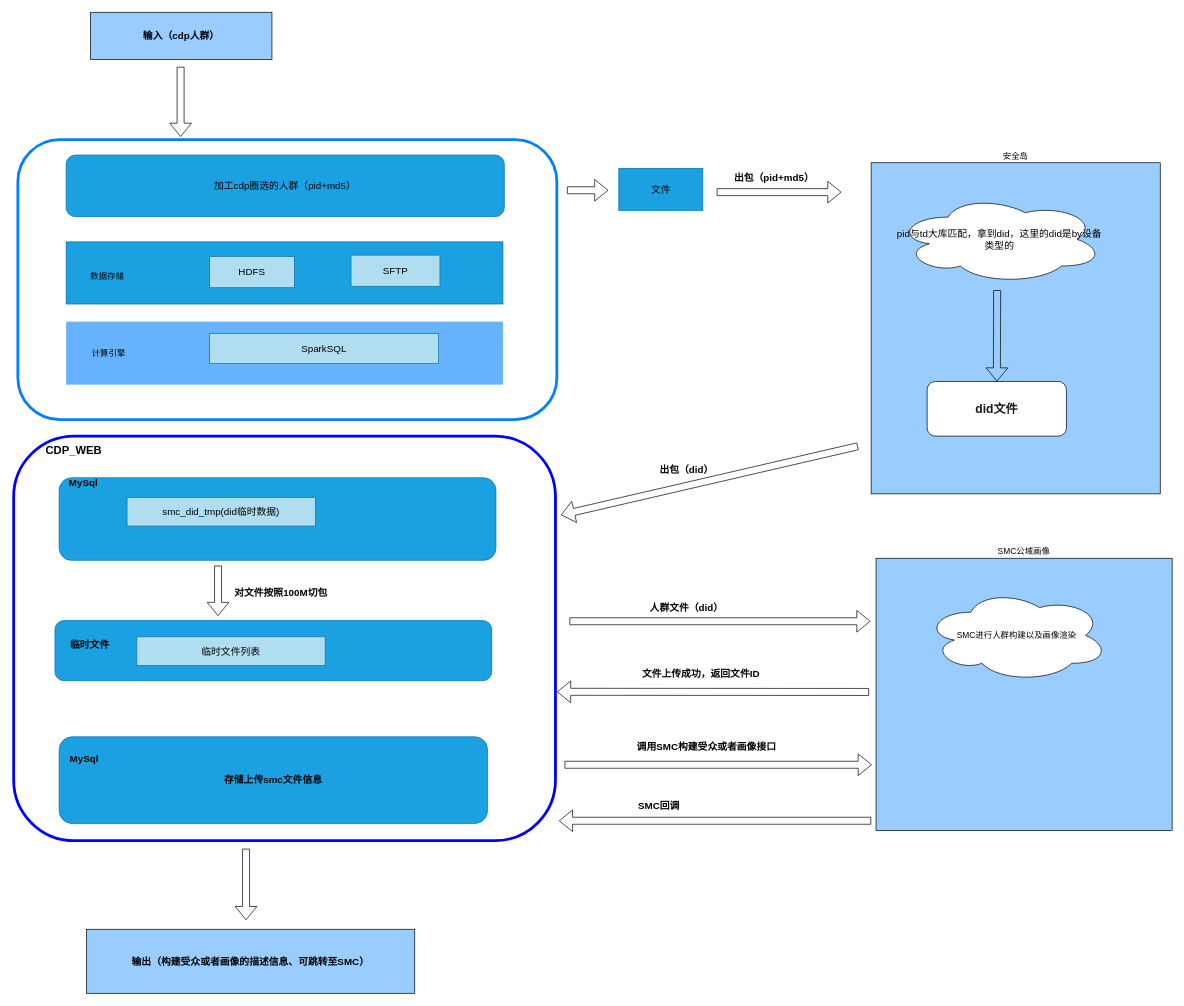
The draw.io diagram 安全岛SMC.drawio in DThadch/draw, before the edit. Source tidied: cells renumbered, new cells numbered last; positions are measured from the earlier drawing's top-left corner, leaving out a move shared by most shapes. Both pictures are drawn from the tidied source at 70%, with x=0, y=0 at pixel (13, 12).
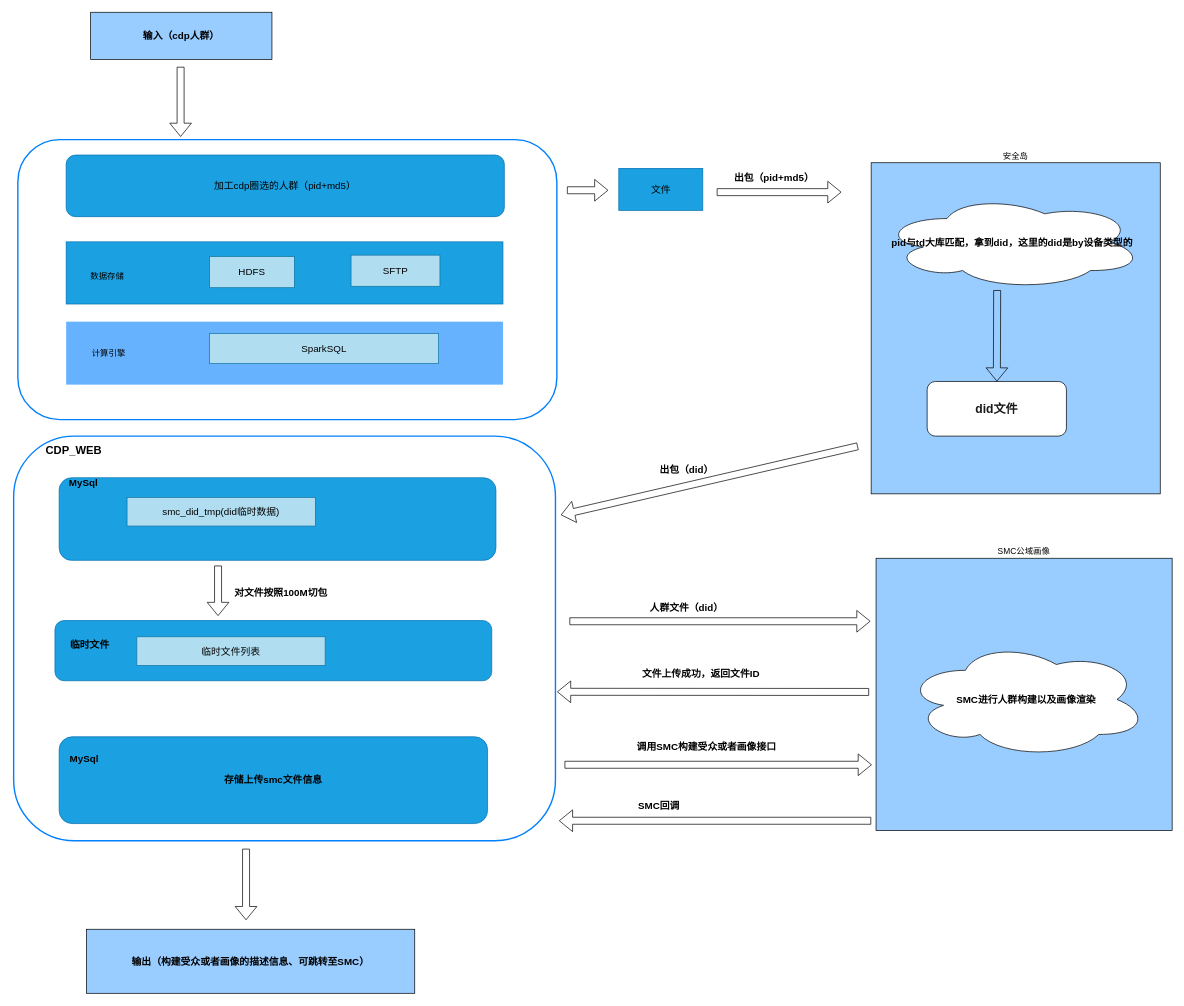
After the change.

Commit message:
更新安全岛SMC.drawio

The edit, as a diff of the source:
```diff
@@
-    <mxCell id="4" value="&lt;font style=&quot;font-size: 14px;&quot;&gt;pid与td大库匹配，拿到did，这里的did是by设备类型的&lt;/font&gt;" style="ellipse;shape=cloud;whiteSpace=wrap;html=1;" parent="1" vertex="1">
-      <mxGeometry x="1261" y="261" width="295" height="126.8" as="geometry" />
+    <mxCell id="4" value="&lt;font style=&quot;font-size: 14px;&quot;&gt;pid与td大库匹配，拿到did，这里的did是by设备类型的&lt;/font&gt;" style="ellipse;shape=cloud;whiteSpace=wrap;html=1;fontSize=14;fontStyle=1;" parent="1" vertex="1">
+      <mxGeometry x="1240" y="261" width="373" height="135" as="geometry" />
     </mxCell>
@@
-    <mxCell id="10" value="SMC进行人群构建以及画像渲染" style="ellipse;shape=cloud;whiteSpace=wrap;html=1;" parent="1" vertex="1">
-      <mxGeometry x="1302" y="824" width="262" height="132.5" as="geometry" />
+    <mxCell id="10" value="SMC进行人群构建以及画像渲染" style="ellipse;shape=cloud;whiteSpace=wrap;html=1;fontSize=14;fontStyle=1;" parent="1" vertex="1">
+      <mxGeometry x="1273" y="898.5" width="346.5" height="166.5" as="geometry" />
     </mxCell>
@@
-    <mxCell id="34" style="rounded=1;whiteSpace=wrap;html=1;strokeColor=#007FFF;strokeWidth=4;fillColor=none;" parent="1" vertex="1">
+    <mxCell id="34" style="rounded=1;whiteSpace=wrap;html=1;strokeColor=#007FFF;strokeWidth=2;fillColor=none;" parent="1" vertex="1">
       <mxGeometry x="6" y="182" width="770" height="400" as="geometry" />
     </mxCell>
@@
-    <mxCell id="39" style="rounded=1;whiteSpace=wrap;html=1;strokeColor=#0000FF;strokeWidth=4;fillColor=none;" parent="1" vertex="1">
+    <mxCell id="39" style="rounded=1;whiteSpace=wrap;html=1;strokeColor=#007FFF;strokeWidth=2;fillColor=none;" parent="1" vertex="1">
       <mxGeometry y="605.5" width="774" height="578" as="geometry" />
     </mxCell>
```
